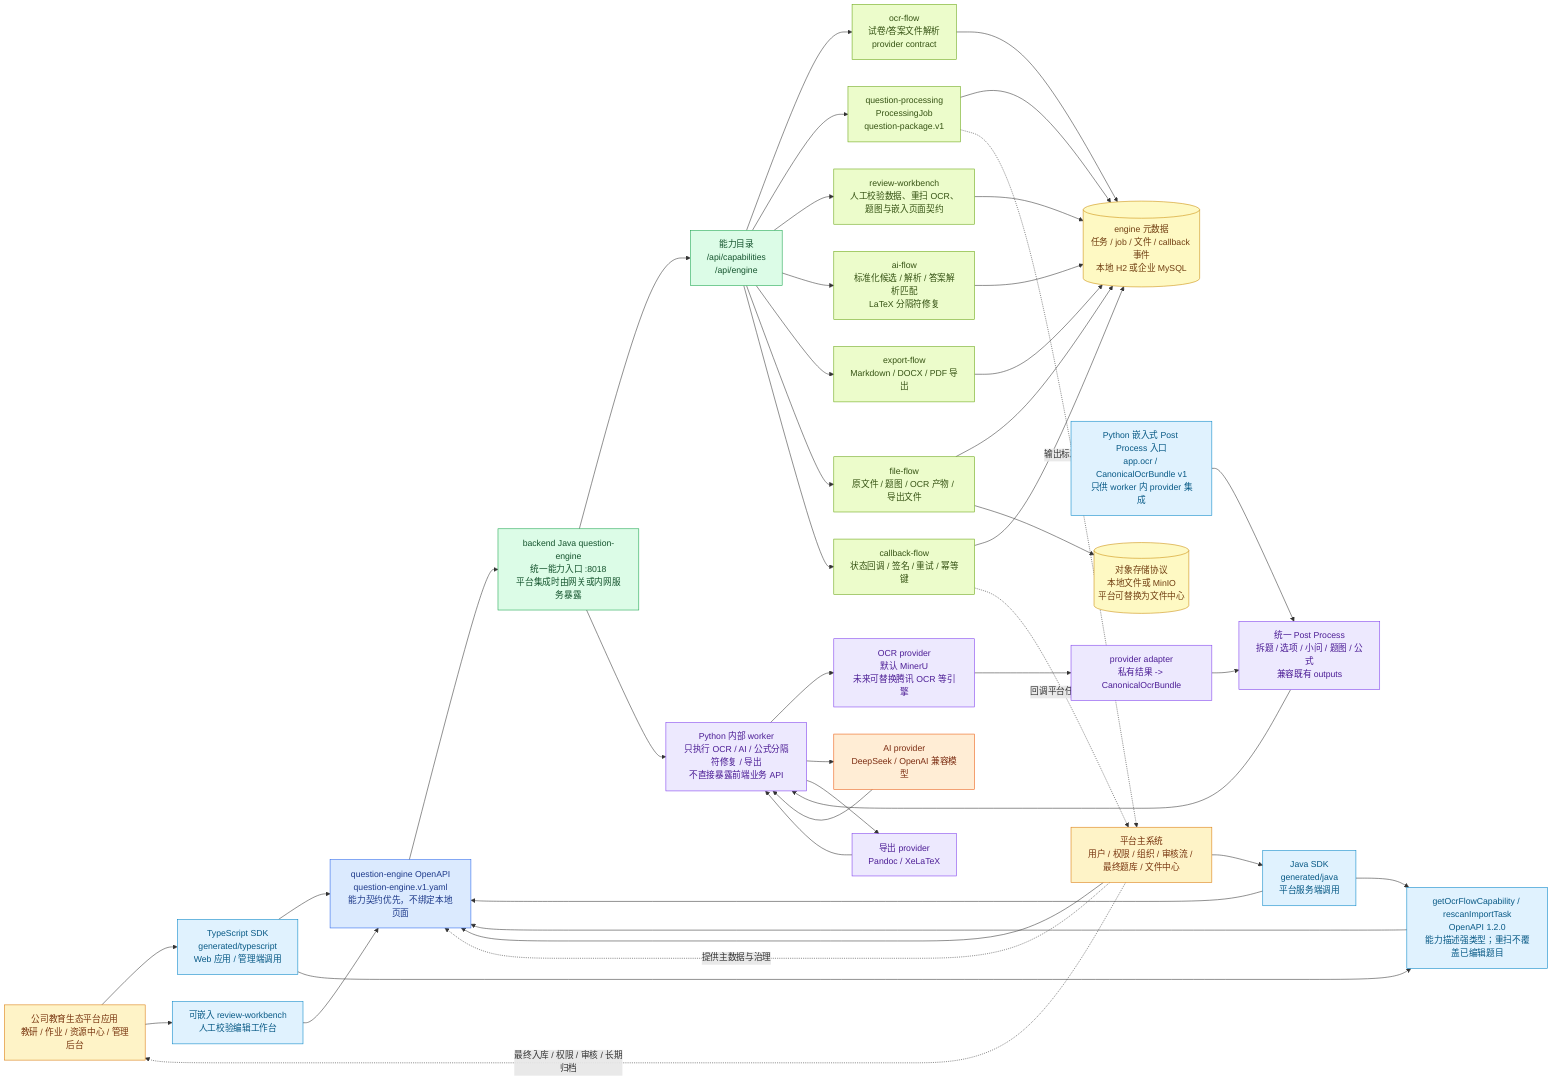
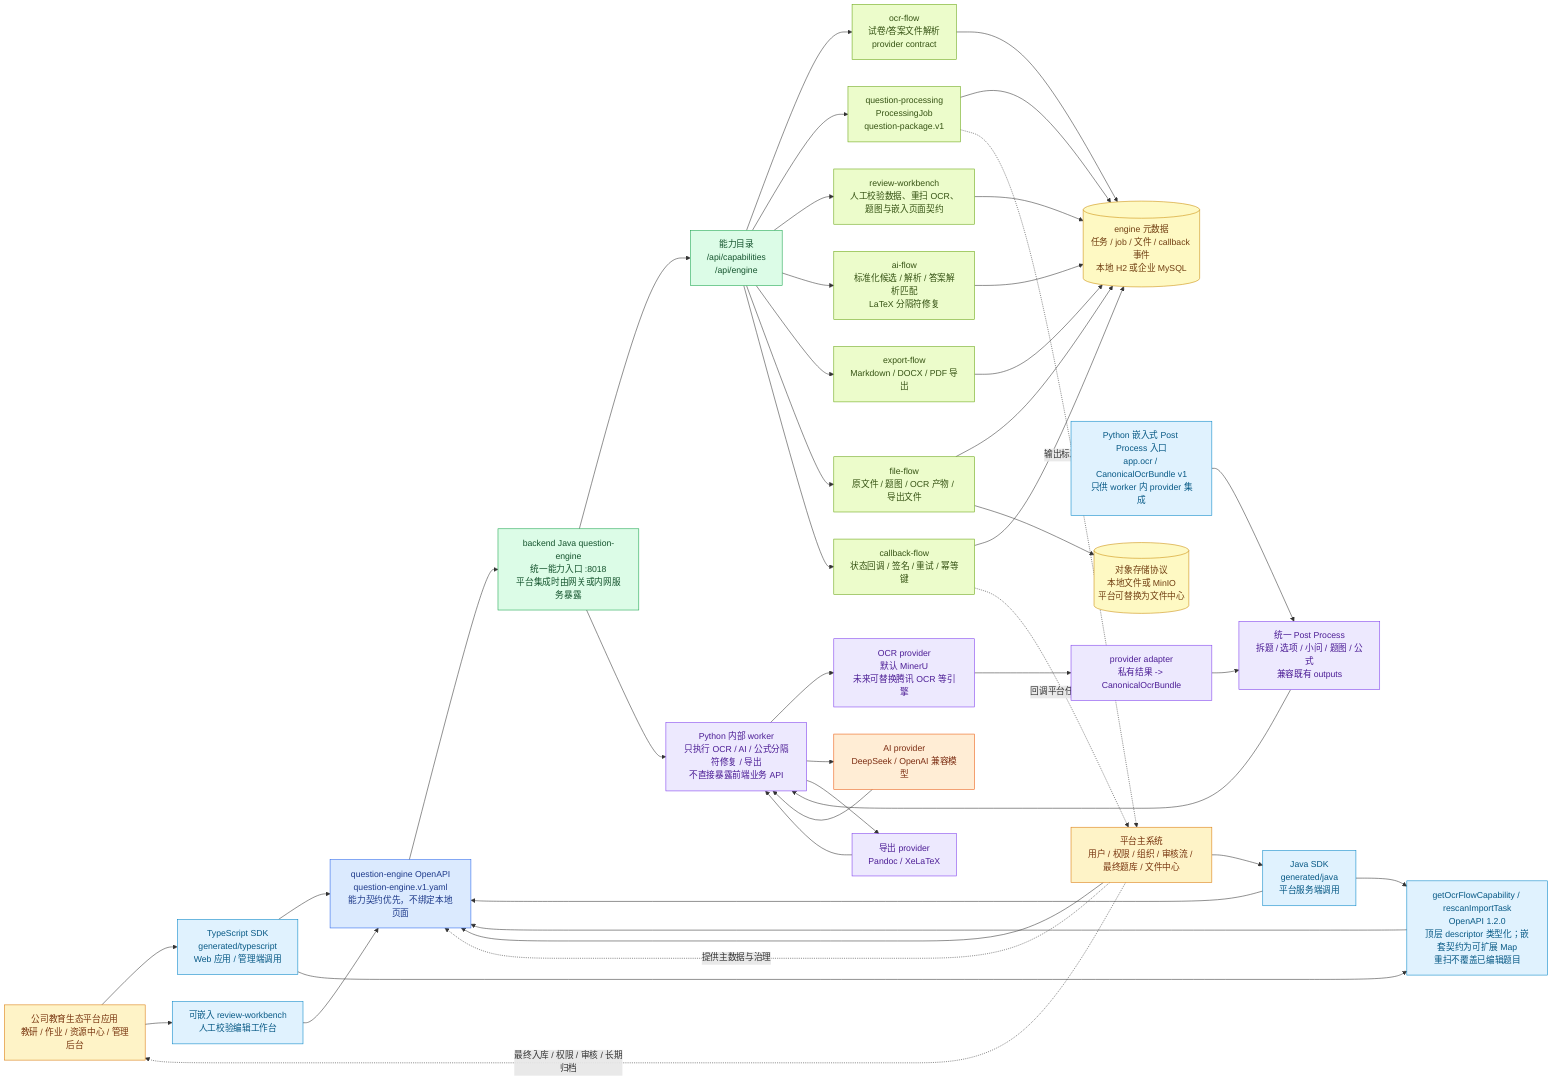
%% Version: 2026-07-15 / OpenAPI 1.2.0 / Post Process embedded SDK
%% Status: current-primary
%% Scope: platform integration contract, OpenAPI, generated SDKs, and engine capabilities.
flowchart LR
  PlatformApps["公司教育生态平台应用<br/>教研 / 作业 / 资源中心 / 管理后台"]:::platform
  PlatformCore["平台主系统<br/>用户 / 权限 / 组织 / 审核流 / 最终题库 / 文件中心"]:::platform

  OpenApi["question-engine OpenAPI<br/>question-engine.v1.yaml<br/>能力契约优先，不绑定本地页面"]:::contract
  TsSdk["TypeScript SDK<br/>generated/typescript<br/>Web 应用 / 管理端调用"]:::sdk
  JavaSdk["Java SDK<br/>generated/java<br/>平台服务端调用"]:::sdk
  PostProcessSdk["Python 嵌入式 Post Process 入口<br/>app.ocr / CanonicalOcrBundle v1<br/>只供 worker 内 provider 集成"]:::sdk
  EmbeddedWorkbench["可嵌入 review-workbench<br/>人工校验编辑工作台"]:::sdk

  EngineGateway["backend Java question-engine<br/>统一能力入口 :8018<br/>平台集成时由网关或内网服务暴露"]:::engine
  CapabilityCatalog["能力目录<br/>/api/capabilities<br/>/api/engine"]:::engine

  OcrFlow["ocr-flow<br/>试卷/答案文件解析<br/>provider contract"]:::capability
  QuestionProcessing["question-processing<br/>ProcessingJob<br/>question-package.v1"]:::capability
  ReviewFlow["review-workbench<br/>人工校验数据、重扫 OCR、题图与嵌入页面契约"]:::capability
  AiFlow["ai-flow<br/>标准化候选 / 解析 / 答案解析匹配<br/>LaTeX 分隔符修复"]:::capability
  ExportFlow["export-flow<br/>Markdown / DOCX / PDF 导出"]:::capability
  FileFlow["file-flow<br/>原文件 / 题图 / OCR 产物 / 导出文件"]:::capability
  CallbackFlow["callback-flow<br/>状态回调 / 签名 / 重试 / 幂等键"]:::capability
-   RescanSdk["getOcrFlowCapability / rescanImportTask<br/>OpenAPI 1.2.0<br/>能力描述强类型；重扫不覆盖已编辑题目"]:::sdk
+   RescanSdk["getOcrFlowCapability / rescanImportTask<br/>OpenAPI 1.2.0<br/>顶层 descriptor 类型化；嵌套契约为可扩展 Map<br/>重扫不覆盖已编辑题目"]:::sdk

  EngineDb[("engine 元数据<br/>任务 / job / 文件 / callback 事件<br/>本地 H2 或企业 MySQL")]:::store
  ObjectStorage[("对象存储协议<br/>本地文件或 MinIO<br/>平台可替换为文件中心")]:::store
  InternalWorker["Python 内部 worker<br/>只执行 OCR / AI / 公式分隔符修复 / 导出<br/>不直接暴露前端业务 API"]:::worker
  OcrProvider["OCR provider<br/>默认 MinerU<br/>未来可替换腾讯 OCR 等引擎"]:::worker
  ProviderAdapter["provider adapter<br/>私有结果 -> CanonicalOcrBundle"]:::worker
  PostProcess["统一 Post Process<br/>拆题 / 选项 / 小问 / 题图 / 公式<br/>兼容既有 outputs"]:::worker
  AiProvider["AI provider<br/>DeepSeek / OpenAI 兼容模型"]:::external
  ExportProvider["导出 provider<br/>Pandoc / XeLaTeX"]:::worker

  PlatformApps --> TsSdk
  PlatformApps --> EmbeddedWorkbench
  PlatformCore --> JavaSdk
  PlatformCore --> OpenApi
  TsSdk --> OpenApi
  JavaSdk --> OpenApi
  EmbeddedWorkbench --> OpenApi
  TsSdk --> RescanSdk
  JavaSdk --> RescanSdk
  RescanSdk --> OpenApi

  OpenApi --> EngineGateway
  EngineGateway --> CapabilityCatalog
  CapabilityCatalog --> OcrFlow
  CapabilityCatalog --> QuestionProcessing
  CapabilityCatalog --> ReviewFlow
  CapabilityCatalog --> AiFlow
  CapabilityCatalog --> ExportFlow
  CapabilityCatalog --> FileFlow
  CapabilityCatalog --> CallbackFlow

  OcrFlow --> EngineDb
  QuestionProcessing --> EngineDb
  ReviewFlow --> EngineDb
  AiFlow --> EngineDb
  ExportFlow --> EngineDb
  FileFlow --> EngineDb
  CallbackFlow --> EngineDb

  FileFlow --> ObjectStorage
  EngineGateway --> InternalWorker
  InternalWorker --> OcrProvider
  OcrProvider --> ProviderAdapter --> PostProcess
  PostProcessSdk --> PostProcess
  InternalWorker --> AiProvider
  InternalWorker --> ExportProvider
  PostProcess --> InternalWorker
  AiProvider --> InternalWorker
  ExportProvider --> InternalWorker

  PlatformCore -. 提供主数据与治理 .-> OpenApi
  PlatformCore -. 最终入库 / 权限 / 审核 / 长期归档 .-> PlatformApps
  CallbackFlow -. 回调平台任务状态 .-> PlatformCore
  QuestionProcessing -. 输出标准题目包 .-> PlatformCore

  classDef platform fill:#fef3c7,stroke:#d97706,color:#78350f,stroke-width:1px;
  classDef contract fill:#dbeafe,stroke:#2563eb,color:#1e3a8a,stroke-width:1px;
  classDef sdk fill:#e0f2fe,stroke:#0284c7,color:#075985,stroke-width:1px;
  classDef engine fill:#dcfce7,stroke:#16a34a,color:#14532d,stroke-width:1px;
  classDef capability fill:#ecfccb,stroke:#65a30d,color:#365314,stroke-width:1px;
  classDef worker fill:#ede9fe,stroke:#7c3aed,color:#4c1d95,stroke-width:1px;
  classDef store fill:#fef9c3,stroke:#ca8a04,color:#713f12,stroke-width:1px;
  classDef external fill:#ffedd5,stroke:#ea580c,color:#7c2d12,stroke-width:1px;
